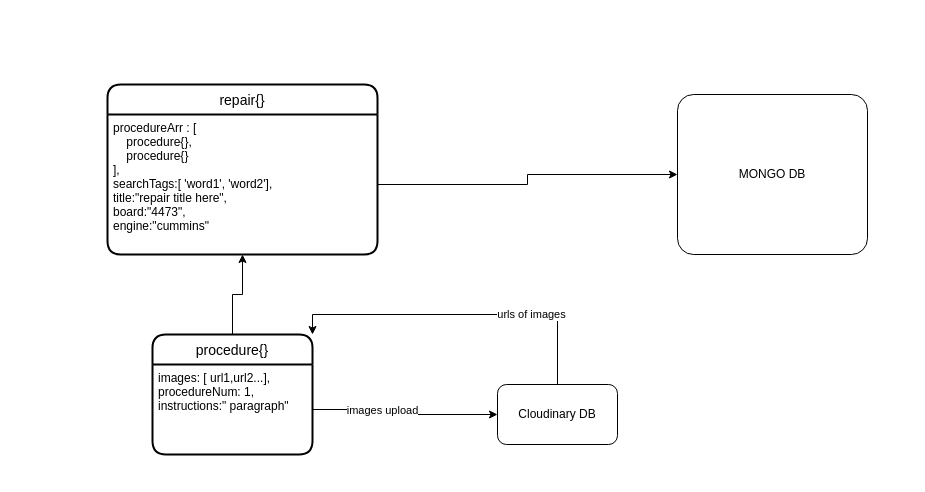
Earlier version of the draw.io diagram repair-reports/Untitled Diagram.drawio (jesusdoza/diagrams). Source tidied: cells renumbered, new cells numbered last; positions are measured from the earlier drawing's top-left corner, leaving out a move shared by most shapes. Both pictures are drawn from the tidied source at 100%, with x=0, y=0 at pixel (107, 84).
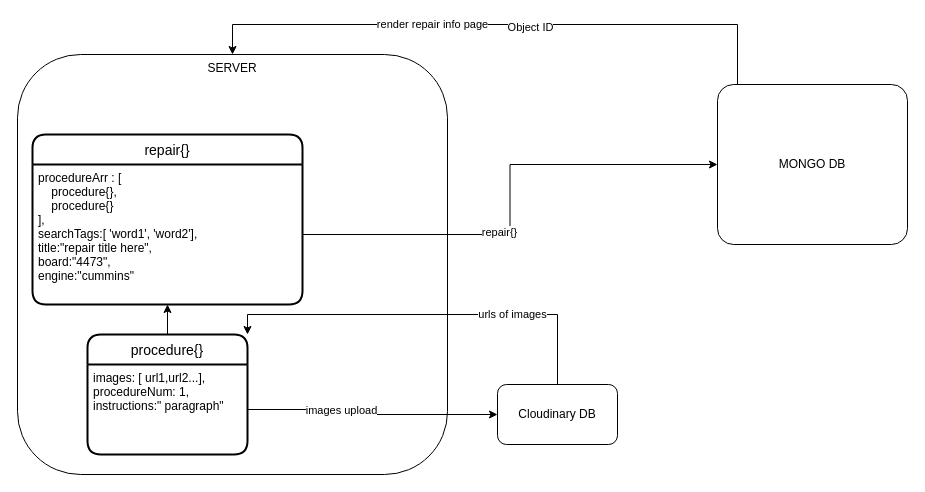
Above is the later version.

The change refers to these unchanged cells:
```xml
<mxCell id="8" style="edgeStyle=orthogonalEdgeStyle;rounded=0;jettySize=auto;html=1;" parent="1" edge="1" source="3" target="7">
  <mxGeometry relative="1" as="geometry" />
</mxCell>
```

What changed in the source:
```diff
@@
+    <mxCell id="14" value="SERVER" style="rounded=1;whiteSpace=wrap;html=1;verticalAlign=top;" parent="1" vertex="1">
+      <mxGeometry x="-90" y="-30" width="430" height="420" as="geometry" />
+    </mxCell>
     <mxCell id="2" value="repair{}" style="swimlane;horizontal=1;startSize=30;rounded=1;fontSize=14;fontStyle=0;strokeWidth=2;shadow=0;dashed=0;align=center;" parent="1" vertex="1">
-      <mxGeometry width="270" height="170" as="geometry" />
+      <mxGeometry x="-75" y="50" width="270" height="170" as="geometry" />
     </mxCell>
@@
     <mxCell id="5" value="procedure{}" style="swimlane;horizontal=1;startSize=30;rounded=1;fontSize=14;fontStyle=0;strokeWidth=2;shadow=0;dashed=0;align=center;" parent="1" vertex="1">
-      <mxGeometry x="45" y="250" width="160" height="120" as="geometry" />
+      <mxGeometry x="-20" y="250" width="160" height="120" as="geometry" />
     </mxCell>
@@
+    <mxCell id="15" style="edgeStyle=orthogonalEdgeStyle;rounded=0;jettySize=auto;html=1;entryX=0.5;entryY=0;entryDx=0;entryDy=0;" parent="1" edge="1" source="7" target="14">
+      <mxGeometry relative="1" as="geometry">
+        <Array as="points">
+          <mxPoint x="630" y="-60" />
+          <mxPoint x="125" y="-60" />
+        </Array>
+      </mxGeometry>
+    </mxCell>
+    <mxCell id="16" value="Object ID" style="edgeLabel;html=1;align=center;verticalAlign=middle;" parent="15" vertex="1">
+      <mxGeometry x="-0.1" y="2" relative="1" as="geometry" />
+    </mxCell>
+    <mxCell id="17" value="render repair info page" style="edgeLabel;html=1;align=center;verticalAlign=middle;" parent="15" vertex="1">
+      <mxGeometry x="0.23" y="-1" relative="1" as="geometry" />
+    </mxCell>
     <mxCell id="7" value="MONGO DB" style="rounded=1;arcSize=10;whiteSpace=wrap;html=1;align=center;" parent="1" vertex="1">
-      <mxGeometry x="570" y="10" width="190" height="160" as="geometry" />
+      <mxGeometry x="610" width="190" height="160" as="geometry" />
     </mxCell>
@@
+    <mxCell id="18" value="repair{}" style="edgeLabel;html=1;align=center;verticalAlign=middle;" parent="8" vertex="1">
+      <mxGeometry x="-0.19" y="3" relative="1" as="geometry" />
+    </mxCell>
```
